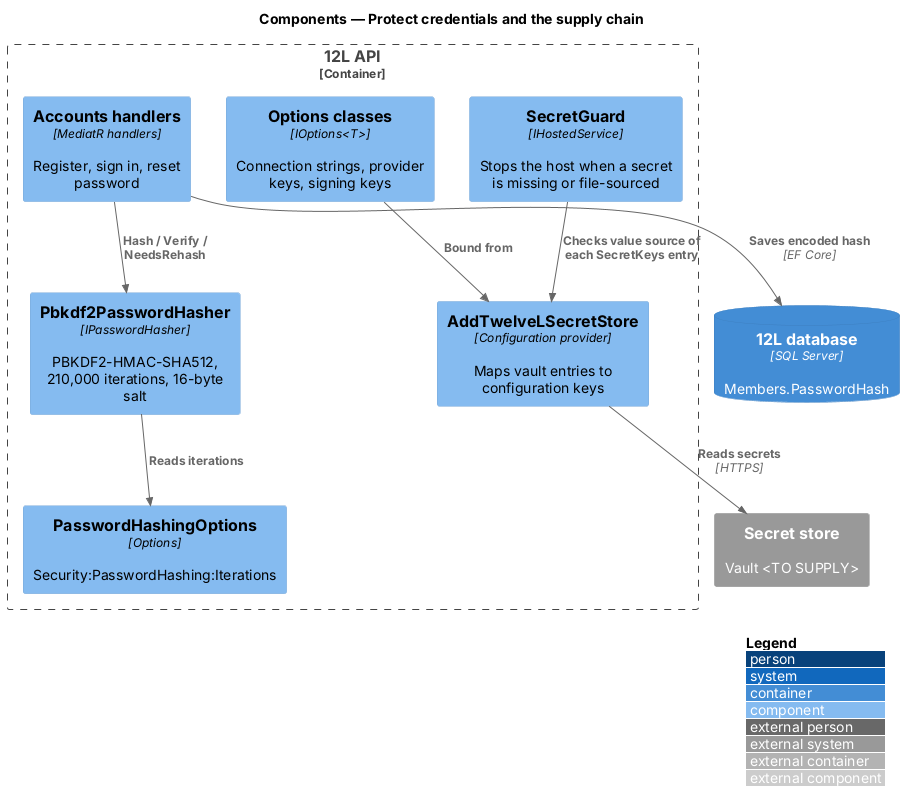
This is docs/detailed-designs/platform/protect-credentials-and-supply-chain/diagrams/c4-component.png from QuinntyneBrown/sycapooke, a PlantUML export, as it was before one commit. Its diagram source:
```plantuml
@startuml
!include <C4/C4_Component>
LAYOUT_WITH_LEGEND()
title Components — Protect credentials and the supply chain

System_Ext(vault, "Secret store", "Vault <TO SUPPLY>")
Container_Boundary(api, "12L API") {
  Component(provider, "AddTwelveLSecretStore", "Configuration provider", "Maps vault entries to configuration keys")
  Component(guard, "SecretGuard", "IHostedService", "Stops the host when a secret is missing or file-sourced")
  Component(options, "Options classes", "IOptions<T>", "Connection strings, provider keys, signing keys")
  Component(handlers, "Accounts handlers", "MediatR handlers", "Register, sign in, reset password")
  Component(hasher, "Pbkdf2PasswordHasher", "IPasswordHasher", "PBKDF2-HMAC-SHA512, 210,000 iterations, 16-byte salt")
  Component(hashopts, "PasswordHashingOptions", "Options", "Security:PasswordHashing:Iterations")
}
ContainerDb(db, "12L database", "SQL Server", "Members.PasswordHash")

Rel(provider, vault, "Reads secrets", "HTTPS")
Rel(guard, provider, "Checks value source of each SecretKeys entry")
Rel(options, provider, "Bound from")
Rel(handlers, hasher, "Hash / Verify / NeedsRehash")
Rel(hasher, hashopts, "Reads iterations")
Rel(handlers, db, "Saves encoded hash", "EF Core")
@enduml
```
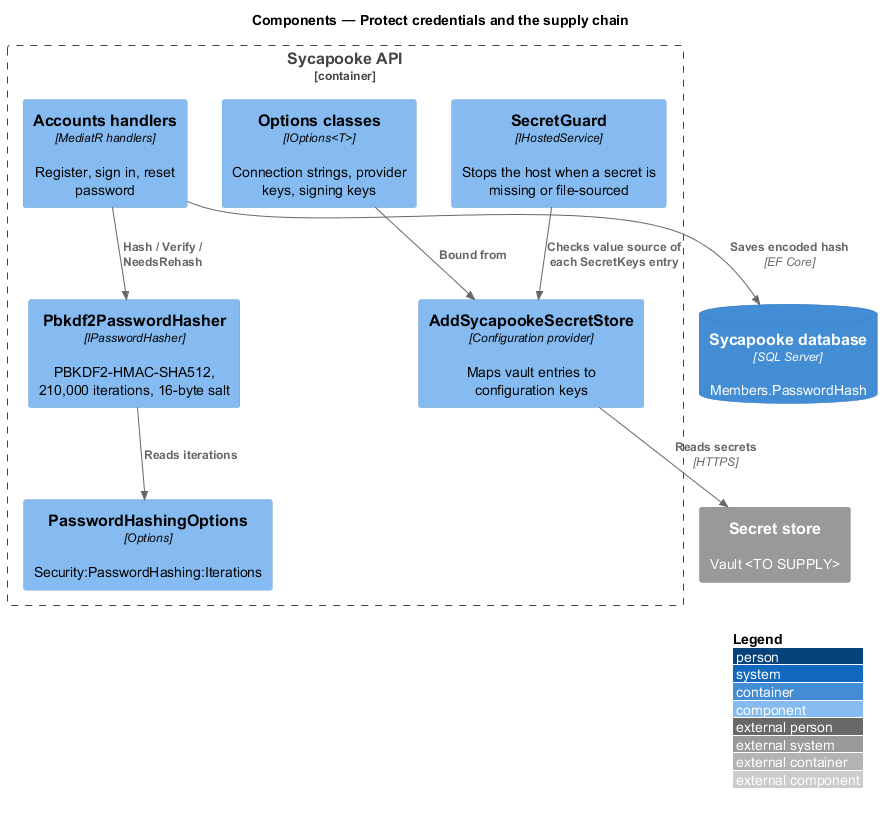
After the commit.

What changed in the source:
```diff
@@ -4,15 +4,15 @@
 title Components — Protect credentials and the supply chain
 
 System_Ext(vault, "Secret store", "Vault <TO SUPPLY>")
-Container_Boundary(api, "12L API") {
-  Component(provider, "AddTwelveLSecretStore", "Configuration provider", "Maps vault entries to configuration keys")
+Container_Boundary(api, "Sycapooke API") {
+  Component(provider, "AddSycapookeSecretStore", "Configuration provider", "Maps vault entries to configuration keys")
   Component(guard, "SecretGuard", "IHostedService", "Stops the host when a secret is missing or file-sourced")
   Component(options, "Options classes", "IOptions<T>", "Connection strings, provider keys, signing keys")
   Component(handlers, "Accounts handlers", "MediatR handlers", "Register, sign in, reset password")
   Component(hasher, "Pbkdf2PasswordHasher", "IPasswordHasher", "PBKDF2-HMAC-SHA512, 210,000 iterations, 16-byte salt")
   Component(hashopts, "PasswordHashingOptions", "Options", "Security:PasswordHashing:Iterations")
 }
-ContainerDb(db, "12L database", "SQL Server", "Members.PasswordHash")
+ContainerDb(db, "Sycapooke database", "SQL Server", "Members.PasswordHash")
 
 Rel(provider, vault, "Reads secrets", "HTTPS")
 Rel(guard, provider, "Checks value source of each SecretKeys entry")
```
